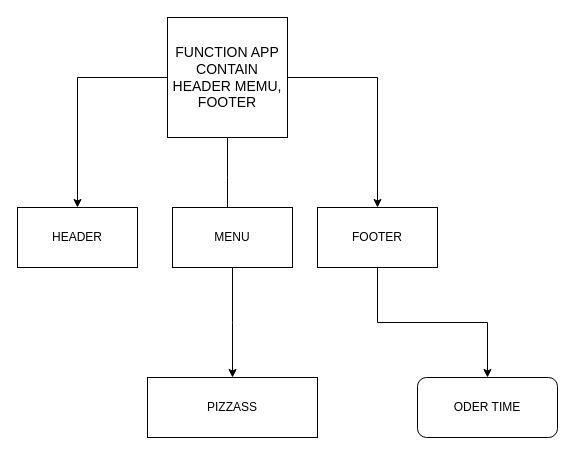
Earlier version of the draw.io diagram images/Untitled Diagram.drawio (QuocBaoTD/-QuocBaoTD.github.io). Source tidied: cells renumbered, new cells numbered last; positions are measured from the earlier drawing's top-left corner, leaving out a move shared by most shapes. Both pictures are drawn from the tidied source at 100%, with x=0, y=0 at pixel (17, 17).
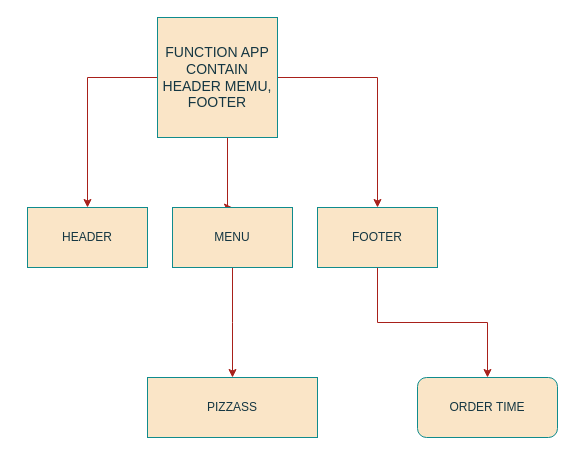
After the change.

The edit, as a diff of the source:
```diff
@@
 <mxGraphModel>
   <root>
     <mxCell id="0" />
     <mxCell id="1" parent="0" />
-    <mxCell id="2" style="edgeStyle=orthogonalEdgeStyle;rounded=0;jettySize=auto;html=1;" parent="1" edge="1" source="5">
+    <mxCell id="2" style="edgeStyle=orthogonalEdgeStyle;rounded=0;jettySize=auto;html=1;entryX=0.5;entryY=0;entryDx=0;entryDy=0;strokeColor=#A8201A;labelBackgroundColor=none;fontColor=default;" parent="1" edge="1" source="5" target="8">
       <mxGeometry relative="1" as="geometry">
-        <mxPoint x="210" y="200" as="targetPoint" />
+        <Array as="points">
+          <mxPoint x="210" y="190" />
+        </Array>
       </mxGeometry>
     </mxCell>
-    <mxCell id="3" style="edgeStyle=orthogonalEdgeStyle;rounded=0;jettySize=auto;html=1;entryX=0.5;entryY=0;entryDx=0;entryDy=0;" parent="1" edge="1" source="5" target="6">
+    <mxCell id="3" style="edgeStyle=orthogonalEdgeStyle;rounded=0;jettySize=auto;html=1;entryX=0.5;entryY=0;entryDx=0;entryDy=0;strokeColor=#A8201A;labelBackgroundColor=none;fontColor=default;" parent="1" edge="1" source="5" target="6">
       <mxGeometry relative="1" as="geometry" />
     </mxCell>
-    <mxCell id="4" style="edgeStyle=orthogonalEdgeStyle;rounded=0;jettySize=auto;html=1;entryX=0.5;entryY=0;entryDx=0;entryDy=0;" parent="1" edge="1" source="5" target="10">
+    <mxCell id="4" style="edgeStyle=orthogonalEdgeStyle;rounded=0;jettySize=auto;html=1;entryX=0.5;entryY=0;entryDx=0;entryDy=0;strokeColor=#A8201A;labelBackgroundColor=none;fontColor=default;" parent="1" edge="1" source="5" target="10">
       <mxGeometry relative="1" as="geometry" />
     </mxCell>
-    <mxCell id="5" value="&lt;span style=&quot;font-size: 14px;&quot;&gt;FUNCTION APP CONTAIN HEADER MEMU, FOOTER&lt;/span&gt;" style="whiteSpace=wrap;html=1;" parent="1" vertex="1">
-      <mxGeometry x="150" width="120" height="120" as="geometry" />
+    <mxCell id="5" value="&lt;span style=&quot;font-size: 14px;&quot;&gt;FUNCTION APP CONTAIN HEADER MEMU, FOOTER&lt;/span&gt;" style="whiteSpace=wrap;html=1;fillColor=#FAE5C7;strokeColor=#0F8B8D;labelBackgroundColor=none;fontColor=#143642;" parent="1" vertex="1">
+      <mxGeometry x="140" width="120" height="120" as="geometry" />
     </mxCell>
-    <mxCell id="6" value="HEADER" style="rounded=0;whiteSpace=wrap;html=1;" parent="1" vertex="1">
-      <mxGeometry y="190" width="120" height="60" as="geometry" />
+    <mxCell id="6" value="HEADER" style="rounded=0;whiteSpace=wrap;html=1;fillColor=#FAE5C7;fontColor=#143642;strokeColor=#0F8B8D;labelBackgroundColor=none;" parent="1" vertex="1">
+      <mxGeometry x="10" y="190" width="120" height="60" as="geometry" />
     </mxCell>
-    <mxCell id="7" style="edgeStyle=orthogonalEdgeStyle;rounded=0;jettySize=auto;html=1;" parent="1" edge="1" source="8">
+    <mxCell id="7" style="edgeStyle=orthogonalEdgeStyle;rounded=0;jettySize=auto;html=1;strokeColor=#A8201A;labelBackgroundColor=none;fontColor=default;" parent="1" edge="1" source="8">
       <mxGeometry relative="1" as="geometry">
         <mxPoint x="215" y="360" as="targetPoint" />
       </mxGeometry>
     </mxCell>
-    <mxCell id="8" value="MENU" style="rounded=0;whiteSpace=wrap;html=1;" parent="1" vertex="1">
+    <mxCell id="8" value="MENU" style="rounded=0;whiteSpace=wrap;html=1;fillColor=#FAE5C7;fontColor=#143642;strokeColor=#0F8B8D;labelBackgroundColor=none;" parent="1" vertex="1">
       <mxGeometry x="155" y="190" width="120" height="60" as="geometry" />
     </mxCell>
-    <mxCell id="9" style="edgeStyle=orthogonalEdgeStyle;rounded=0;jettySize=auto;html=1;" parent="1" edge="1" source="10" target="12">
+    <mxCell id="9" style="edgeStyle=orthogonalEdgeStyle;rounded=0;jettySize=auto;html=1;strokeColor=#A8201A;labelBackgroundColor=none;fontColor=default;" parent="1" edge="1" source="10" target="12">
       <mxGeometry relative="1" as="geometry" />
     </mxCell>
-    <mxCell id="10" value="FOOTER" style="rounded=0;whiteSpace=wrap;html=1;" parent="1" vertex="1">
+    <mxCell id="10" value="FOOTER" style="rounded=0;whiteSpace=wrap;html=1;fillColor=#FAE5C7;fontColor=#143642;strokeColor=#0F8B8D;labelBackgroundColor=none;" parent="1" vertex="1">
       <mxGeometry x="300" y="190" width="120" height="60" as="geometry" />
     </mxCell>
-    <mxCell id="11" value="PIZZASS" style="rounded=0;whiteSpace=wrap;html=1;" parent="1" vertex="1">
+    <mxCell id="11" value="PIZZASS" style="rounded=0;whiteSpace=wrap;html=1;fillColor=#FAE5C7;fontColor=#143642;strokeColor=#0F8B8D;labelBackgroundColor=none;" parent="1" vertex="1">
       <mxGeometry x="130" y="360" width="170" height="60" as="geometry" />
     </mxCell>
-    <mxCell id="12" value="ODER TIME" style="rounded=1;whiteSpace=wrap;html=1;" parent="1" vertex="1">
+    <mxCell id="12" value="ORDER TIME" style="rounded=1;whiteSpace=wrap;html=1;fillColor=#FAE5C7;fontColor=#143642;strokeColor=#0F8B8D;labelBackgroundColor=none;" parent="1" vertex="1">
       <mxGeometry x="400" y="360" width="140" height="60" as="geometry" />
     </mxCell>
   </root>
 </mxGraphModel>
```
